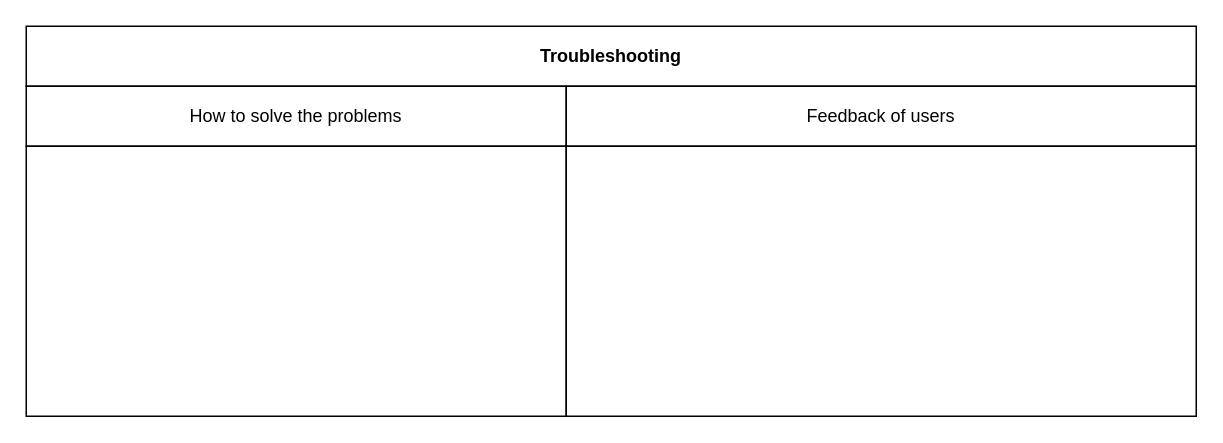
Earlier version of the draw.io diagram Environmental management.drawio (amerezoji1362/drawio-github). Source tidied: cells renumbered, new cells numbered last; positions are measured from the earlier drawing's top-left corner, leaving out a move shared by most shapes. Both pictures are drawn from the tidied source at 150%, with x=0, y=0 at pixel (26, 26).
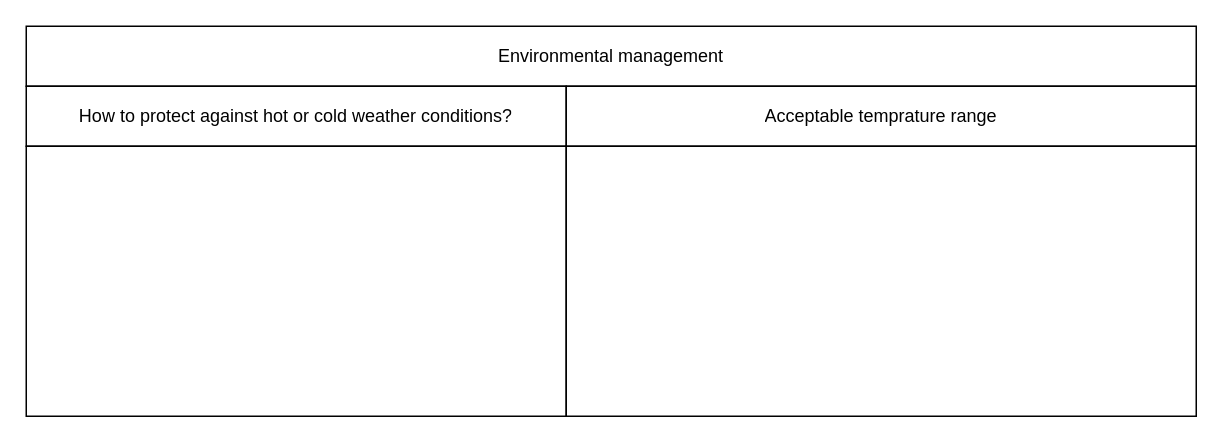
Above is the later version.

The edit, as a diff of the source:
```diff
@@
 <mxGraphModel>
   <root>
     <mxCell id="0" />
     <mxCell id="1" parent="0" />
     <mxCell id="2" style="shape=table;startSize=0;childLayout=tableLayout;" parent="1" vertex="1">
       <mxGeometry width="780" height="40" as="geometry" />
     </mxCell>
     <mxCell id="3" style="shape=partialRectangle;fillColor=none;top=0;left=0;bottom=0;right=0;" parent="2" vertex="1">
       <mxGeometry width="780" height="40" as="geometry" />
     </mxCell>
-    <mxCell id="4" value="&lt;b&gt;Troubleshooting&lt;/b&gt;" style="shape=partialRectangle;html=1;whiteSpace=wrap;overflow=hidden;fillColor=none;top=0;left=0;bottom=0;right=0;" parent="3" vertex="1">
+    <mxCell id="4" value="Environmental management" style="shape=partialRectangle;html=1;whiteSpace=wrap;overflow=hidden;fillColor=none;top=0;left=0;bottom=0;right=0;" parent="3" vertex="1">
       <mxGeometry width="780" height="40" as="geometry" />
     </mxCell>
     <mxCell id="5" style="shape=table;startSize=0;childLayout=tableLayout;" parent="1" vertex="1">
       <mxGeometry y="40" width="360" height="40" as="geometry" />
     </mxCell>
     <mxCell id="6" style="shape=partialRectangle;fillColor=none;top=0;left=0;bottom=0;right=0;" parent="5" vertex="1">
       <mxGeometry width="360" height="40" as="geometry" />
     </mxCell>
-    <mxCell id="7" value="How to solve the problems" style="shape=partialRectangle;html=1;whiteSpace=wrap;overflow=hidden;fillColor=none;top=0;left=0;bottom=0;right=0;" parent="6" vertex="1">
+    <mxCell id="7" value="How to protect against hot or cold weather conditions?" style="shape=partialRectangle;html=1;whiteSpace=wrap;overflow=hidden;fillColor=none;top=0;left=0;bottom=0;right=0;" parent="6" vertex="1">
       <mxGeometry width="360" height="40" as="geometry" />
     </mxCell>
     <mxCell id="8" style="shape=table;startSize=0;childLayout=tableLayout;" parent="1" vertex="1">
       <mxGeometry y="80" width="360" height="180" as="geometry" />
     </mxCell>
     <mxCell id="9" style="shape=partialRectangle;fillColor=none;top=0;left=0;bottom=0;right=0;" parent="8" vertex="1">
       <mxGeometry width="360" height="180" as="geometry" />
     </mxCell>
     <mxCell id="10" style="shape=partialRectangle;html=1;whiteSpace=wrap;overflow=hidden;fillColor=none;top=0;left=0;bottom=0;right=0;" parent="9" vertex="1">
       <mxGeometry width="360" height="180" as="geometry" />
     </mxCell>
     <mxCell id="11" style="shape=table;startSize=0;childLayout=tableLayout;" parent="1" vertex="1">
       <mxGeometry x="360" y="40" width="420" height="40" as="geometry" />
     </mxCell>
     <mxCell id="12" style="shape=partialRectangle;fillColor=none;top=0;left=0;bottom=0;right=0;" parent="11" vertex="1">
       <mxGeometry width="420" height="40" as="geometry" />
     </mxCell>
-    <mxCell id="13" value="Feedback of users" style="shape=partialRectangle;html=1;whiteSpace=wrap;overflow=hidden;fillColor=none;top=0;left=0;bottom=0;right=0;" parent="12" vertex="1">
+    <mxCell id="13" value="Acceptable temprature range" style="shape=partialRectangle;html=1;whiteSpace=wrap;overflow=hidden;fillColor=none;top=0;left=0;bottom=0;right=0;" parent="12" vertex="1">
       <mxGeometry width="420" height="40" as="geometry" />
     </mxCell>
     <mxCell id="14" style="shape=table;startSize=0;childLayout=tableLayout;" parent="1" vertex="1">
       <mxGeometry x="360" y="80" width="420" height="180" as="geometry" />
     </mxCell>
     <mxCell id="15" style="shape=partialRectangle;fillColor=none;top=0;left=0;bottom=0;right=0;" parent="14" vertex="1">
       <mxGeometry width="420" height="180" as="geometry" />
     </mxCell>
     <mxCell id="16" style="shape=partialRectangle;html=1;whiteSpace=wrap;overflow=hidden;fillColor=none;top=0;left=0;bottom=0;right=0;" parent="15" vertex="1">
       <mxGeometry width="420" height="180" as="geometry" />
     </mxCell>
   </root>
 </mxGraphModel>
```
